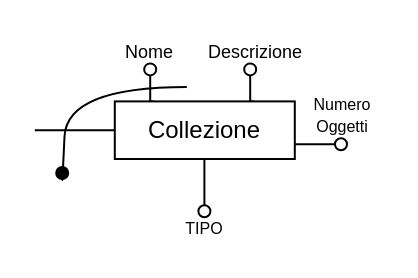
Above: WP2/Generalizzazioni/Collezione/post.drawio in pnocerino/BasiDiDati (draw.io), before the change. Source tidied: cells renumbered, new cells numbered last; positions are measured from the earlier drawing's top-left corner, leaving out a move shared by most shapes. Both pictures are drawn from the tidied source at 200%, with x=0, y=0 at pixel (34, 34).
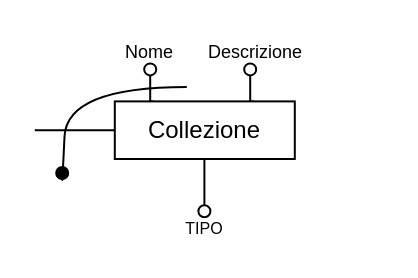
The same diagram, later.

The edit, as a diff of the source:
```diff
@@
-    <mxCell id="7" style="edgeStyle=orthogonalEdgeStyle;rounded=0;orthogonalLoop=1;jettySize=auto;html=1;exitX=1;exitY=0.5;exitDx=0;exitDy=0;endArrow=oval;endFill=0;" parent="1" edge="1">
-      <mxGeometry relative="1" as="geometry">
-        <mxPoint x="129.9" y="54.6" as="sourcePoint" />
-        <mxPoint x="153" y="54.6" as="targetPoint" />
-      </mxGeometry>
-    </mxCell>
-    <mxCell id="8" value="&lt;font style=&quot;font-size: 8px;&quot;&gt;Numero&lt;/font&gt;&lt;div style=&quot;line-height: 60%;&quot;&gt;&lt;font style=&quot;font-size: 8px;&quot;&gt;Oggetti&lt;/font&gt;&lt;/div&gt;" style="text;html=1;align=center;verticalAlign=middle;whiteSpace=wrap;rounded=1;strokeColor=none;" parent="1" vertex="1">
-      <mxGeometry x="133.6" y="28.7" width="40" height="18" as="geometry" />
-    </mxCell>
```
